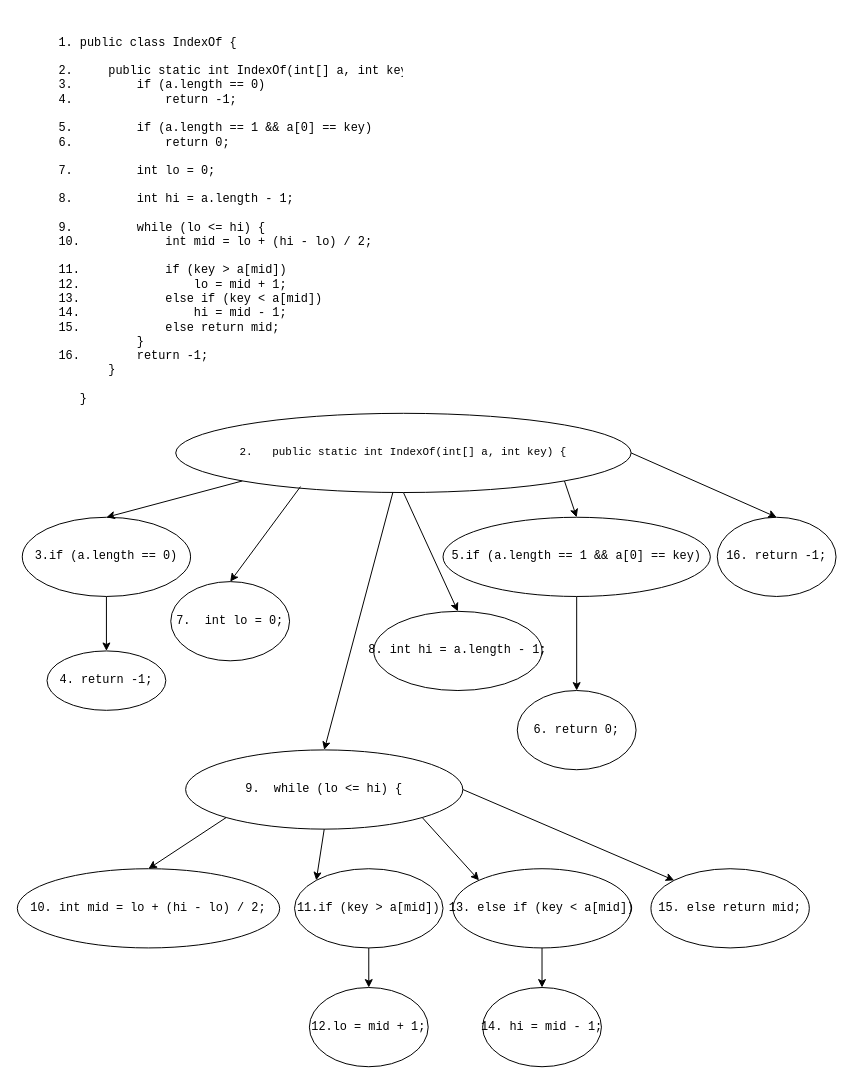
Earlier version of the draw.io diagram Diagramma senza titolo.drawio (Barbera9/mixed). Source tidied: cells renumbered, new cells numbered last; positions are measured from the earlier drawing's top-left corner, leaving out a move shared by most shapes. Both pictures are drawn from the tidied source at 99%, with x=0, y=0 at pixel (17, 17).
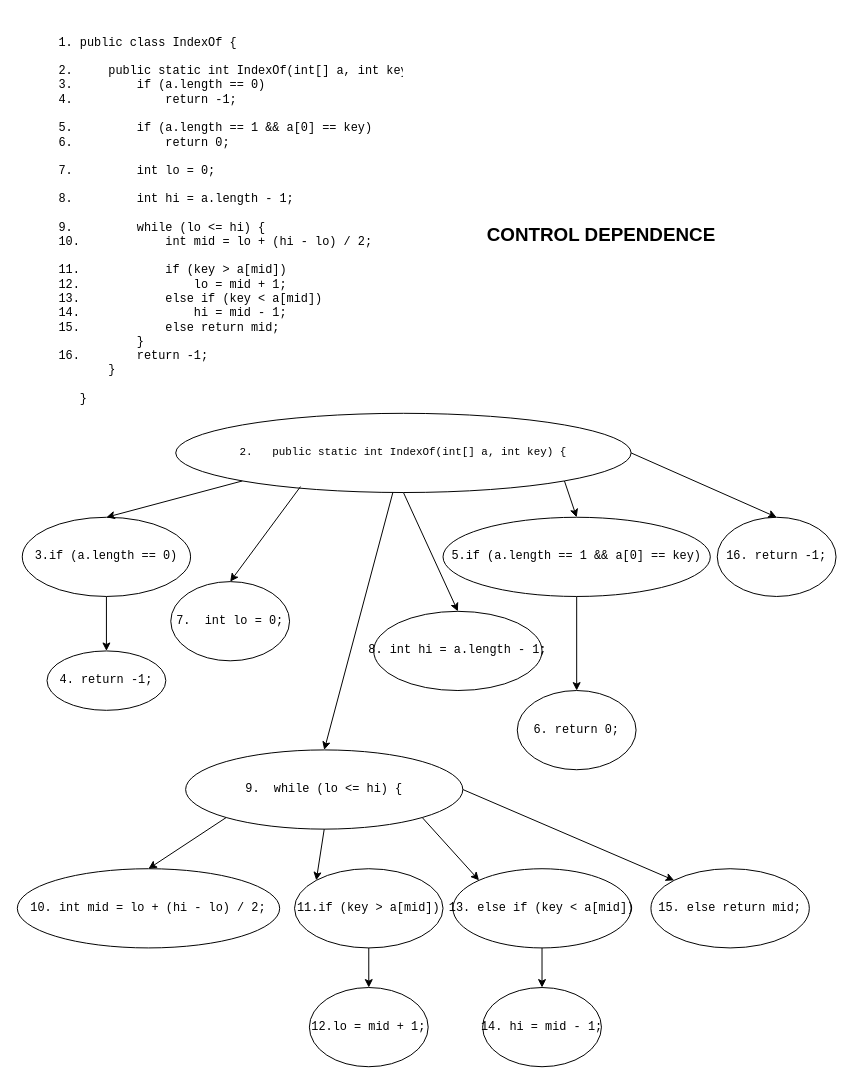
After the change.

The edit, as a diff of the source:
```diff
@@
+    <mxCell id="32" value="CONTROL DEPENDENCE" style="text;html=1;align=center;verticalAlign=middle;whiteSpace=wrap;rounded=0;fontSize=19;fontStyle=1;" parent="1" vertex="1">
+      <mxGeometry x="460" y="160" width="260" height="120" as="geometry" />
+    </mxCell>
```
